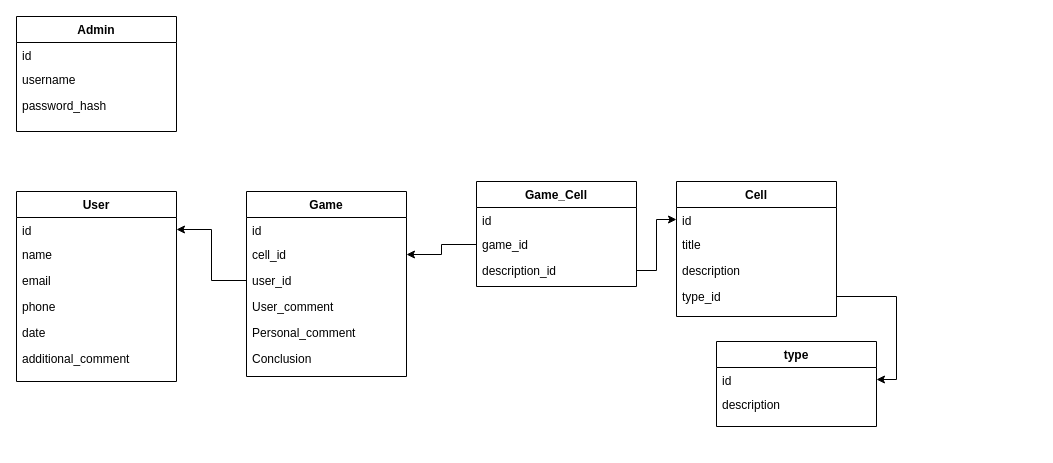
Earlier version of the draw.io diagram project_prepare/Untitled Diagram.drawio (chikundant/AdminPanelFreelance). Source tidied: cells renumbered, new cells numbered last; positions are measured from the earlier drawing's top-left corner, leaving out a move shared by most shapes. Both pictures are drawn from the tidied source at 100%, with x=0, y=0 at pixel (16, 16).
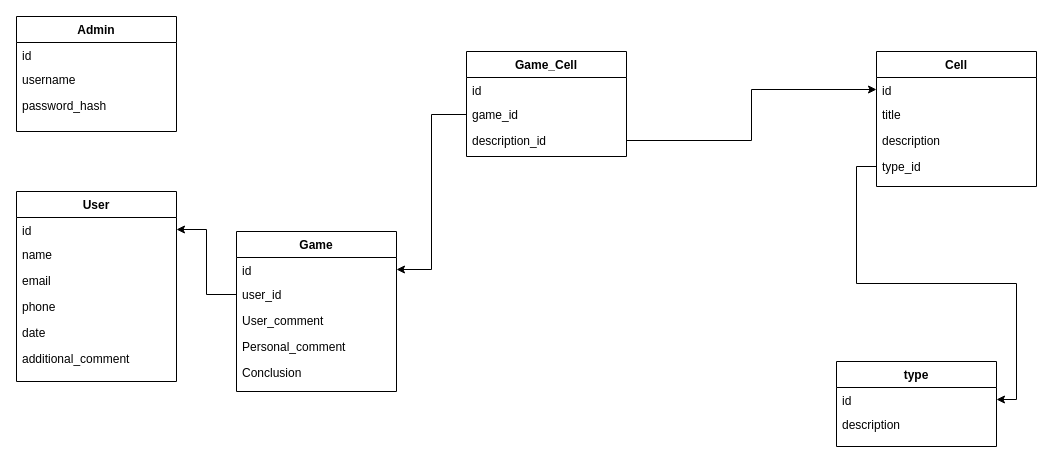
After the change.

Unchanged cells that the change refers to:
```xml
<mxCell id="20" value="game_id" style="text;align=left;verticalAlign=top;spacingLeft=4;spacingRight=4;overflow=hidden;points=[[0,0.5],[1,0.5]];portConstraint=eastwest;" parent="18" vertex="1">
  <mxGeometry y="50" width="160" height="26" as="geometry" />
</mxCell>
<mxCell id="27" value="id" style="text;align=left;verticalAlign=top;spacingLeft=4;spacingRight=4;overflow=hidden;points=[[0,0.5],[1,0.5]];portConstraint=eastwest;" parent="26" vertex="1">
  <mxGeometry y="26" width="160" height="24" as="geometry" />
</mxCell>
```

Diff of the diagram source:
```diff
@@
     <mxCell id="13" value="Cell" style="swimlane;fontStyle=1;align=center;verticalAlign=top;horizontal=1;startSize=26;rounded=0;shadow=0;strokeWidth=1;" parent="1" vertex="1">
-      <mxGeometry x="660" y="165" width="160" height="135" as="geometry" />
+      <mxGeometry x="860" y="35" width="160" height="135" as="geometry" />
     </mxCell>
@@
     <mxCell id="18" value="Game_Cell" style="swimlane;fontStyle=1;align=center;verticalAlign=top;horizontal=1;startSize=26;rounded=0;shadow=0;strokeWidth=1;" parent="1" vertex="1">
-      <mxGeometry x="460" y="165" width="160" height="105" as="geometry" />
+      <mxGeometry x="450" y="35" width="160" height="105" as="geometry" />
     </mxCell>
@@
     <mxCell id="22" value="type" style="swimlane;fontStyle=1;align=center;verticalAlign=top;horizontal=1;startSize=26;rounded=0;shadow=0;strokeWidth=1;" parent="1" vertex="1">
-      <mxGeometry x="700" y="325" width="160" height="85" as="geometry" />
+      <mxGeometry x="820" y="345" width="160" height="85" as="geometry" />
     </mxCell>
@@
     <mxCell id="26" value="Game" style="swimlane;fontStyle=1;align=center;verticalAlign=top;horizontal=1;startSize=26;rounded=0;shadow=0;strokeWidth=1;" parent="1" vertex="1">
-      <mxGeometry x="230" y="175" width="160" height="185" as="geometry" />
+      <mxGeometry x="220" y="215" width="160" height="160" as="geometry" />
     </mxCell>
@@
-    <mxCell id="28" value="cell_id" style="text;align=left;verticalAlign=top;spacingLeft=4;spacingRight=4;overflow=hidden;points=[[0,0.5],[1,0.5]];portConstraint=eastwest;" parent="26" vertex="1">
-      <mxGeometry y="50" width="160" height="26" as="geometry" />
-    </mxCell>
     <mxCell id="29" value="user_id" style="text;align=left;verticalAlign=top;spacingLeft=4;spacingRight=4;overflow=hidden;points=[[0,0.5],[1,0.5]];portConstraint=eastwest;" parent="26" vertex="1">
-      <mxGeometry y="76" width="160" height="26" as="geometry" />
+      <mxGeometry y="50" width="160" height="26" as="geometry" />
     </mxCell>
     <mxCell id="30" value="User_comment" style="text;align=left;verticalAlign=top;spacingLeft=4;spacingRight=4;overflow=hidden;" parent="26" vertex="1">
-      <mxGeometry y="102" width="160" height="26" as="geometry" />
+      <mxGeometry y="76" width="160" height="26" as="geometry" />
     </mxCell>
     <mxCell id="31" value="Personal_comment" style="text;align=left;verticalAlign=top;spacingLeft=4;spacingRight=4;overflow=hidden;" parent="26" vertex="1">
-      <mxGeometry y="128" width="160" height="26" as="geometry" />
+      <mxGeometry y="102" width="160" height="26" as="geometry" />
     </mxCell>
     <mxCell id="32" value="Conclusion" style="text;align=left;verticalAlign=top;spacingLeft=4;spacingRight=4;overflow=hidden;" parent="26" vertex="1">
-      <mxGeometry y="154" width="160" height="26" as="geometry" />
+      <mxGeometry y="128" width="160" height="26" as="geometry" />
     </mxCell>
@@
-    <mxCell id="34" style="edgeStyle=orthogonalEdgeStyle;rounded=0;jettySize=auto;html=1;exitX=0;exitY=0.5;exitDx=0;exitDy=0;entryX=1;entryY=0.5;entryDx=0;entryDy=0;" parent="1" edge="1" source="20" target="28">
-      <mxGeometry relative="1" as="geometry" />
-    </mxCell>
@@
+    <mxCell id="36" style="edgeStyle=orthogonalEdgeStyle;rounded=0;jettySize=auto;html=1;exitX=0;exitY=0.5;exitDx=0;exitDy=0;" parent="1" edge="1" source="20" target="27">
+      <mxGeometry relative="1" as="geometry" />
+    </mxCell>
```
